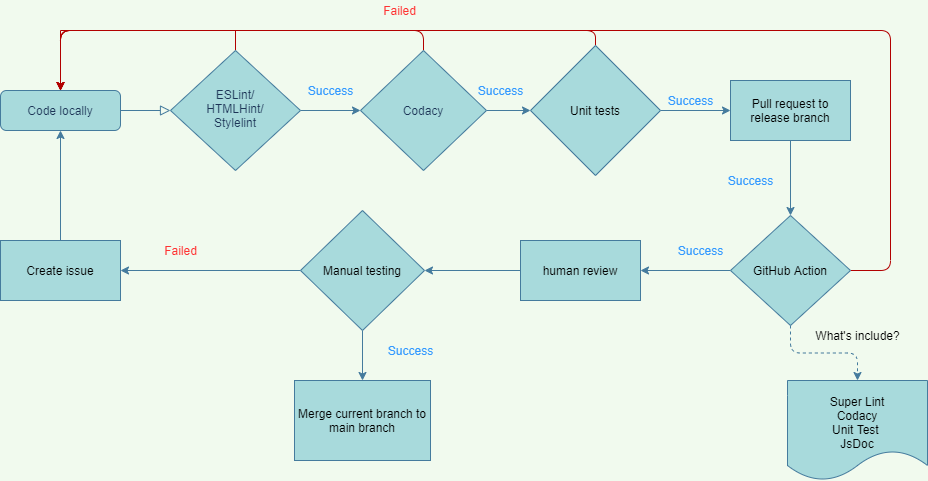
cse110-fa21-group7/cse110-fa21-group7 keeps this draw.io diagram as admin/cipipeline/pipeline_diagram.png. Above is the earlier version. Source tidied: cells renumbered, new cells last; positions are measured from the earlier drawing's top-left corner, leaving out a move shared by most shapes.
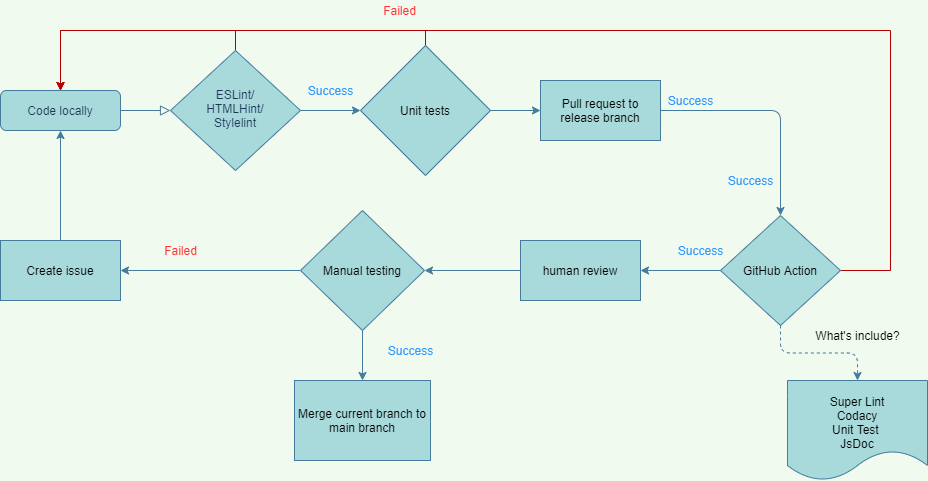
Later version of the same file.

What changed in the source:
```diff
@@ -16,8 +16,10 @@
         </Array>
       </mxGeometry>
     </mxCell>
-    <mxCell id="5" style="edgeStyle=orthogonalEdgeStyle;curved=0;rounded=1;sketch=0;jettySize=auto;html=1;fontColor=#1D3557;strokeColor=#457B9D;fillColor=#A8DADC;entryX=0;entryY=0.5;entryDx=0;entryDy=0;" parent="1" edge="1" source="6" target="10">
-      <mxGeometry relative="1" as="geometry" />
+    <mxCell id="5" style="edgeStyle=orthogonalEdgeStyle;curved=0;rounded=1;sketch=0;jettySize=auto;html=1;fontColor=#1D3557;strokeColor=#457B9D;fillColor=#A8DADC;entryX=0;entryY=0.5;entryDx=0;entryDy=0;" parent="1" edge="1" source="6">
+      <mxGeometry relative="1" as="geometry">
+        <mxPoint x="360" y="110" as="targetPoint" />
+      </mxGeometry>
     </mxCell>
     <mxCell id="6" value="ESLint/&lt;br&gt;HTMLHint/&lt;br&gt;Stylelint" style="rhombus;whiteSpace=wrap;html=1;shadow=0;fontFamily=Helvetica;fontSize=12;align=center;strokeWidth=1;spacing=6;spacingTop=-4;fillColor=#A8DADC;strokeColor=#457B9D;fontColor=#1D3557;" parent="1" vertex="1">
       <mxGeometry x="170" y="50" width="130" height="120" as="geometry" />
@@ -25,44 +27,30 @@
     <mxCell id="7" value="Failed" style="text;html=1;align=center;verticalAlign=middle;rounded=0;fontColor=#FF3333;" parent="1" vertex="1">
       <mxGeometry x="374" width="50" height="20" as="geometry" />
     </mxCell>
-    <mxCell id="8" style="edgeStyle=orthogonalEdgeStyle;curved=0;rounded=1;sketch=0;jettySize=auto;html=1;entryX=0.5;entryY=0;entryDx=0;entryDy=0;fontColor=#FF3333;strokeColor=#B20000;fillColor=#e51400;" parent="1" edge="1" source="10" target="3">
-      <mxGeometry relative="1" as="geometry">
-        <Array as="points">
-          <mxPoint x="423" y="30" />
-          <mxPoint x="60" y="30" />
-        </Array>
-      </mxGeometry>
-    </mxCell>
-    <mxCell id="9" style="edgeStyle=orthogonalEdgeStyle;curved=0;rounded=1;sketch=0;jettySize=auto;html=1;entryX=0;entryY=0.5;entryDx=0;entryDy=0;fontColor=#000000;strokeColor=#457B9D;fillColor=#A8DADC;" parent="1" edge="1" source="10" target="13">
-      <mxGeometry relative="1" as="geometry" />
-    </mxCell>
-    <mxCell id="10" value="Codacy" style="rhombus;whiteSpace=wrap;html=1;rounded=0;sketch=0;fontColor=#1D3557;strokeColor=#457B9D;fillColor=#A8DADC;" parent="1" vertex="1">
-      <mxGeometry x="360" y="50" width="126" height="120" as="geometry" />
-    </mxCell>
+    <mxCell id="12" style="edgeStyle=orthogonalEdgeStyle;curved=0;rounded=1;sketch=0;jettySize=auto;html=1;fontColor=#000000;strokeColor=#457B9D;fillColor=#A8DADC;" parent="1" edge="1" source="13" target="15">
+      <mxGeometry relative="1" as="geometry" />
+    </mxCell>
-    <mxCell id="11" style="edgeStyle=orthogonalEdgeStyle;curved=0;rounded=1;sketch=0;jettySize=auto;html=1;entryX=0.5;entryY=0;entryDx=0;entryDy=0;fontColor=#000000;strokeColor=#B20000;fillColor=#e51400;" parent="1" edge="1" source="13" target="3">
+    <mxCell id="11" style="edgeStyle=orthogonalEdgeStyle;rounded=0;jettySize=auto;html=1;exitX=0.5;exitY=0;exitDx=0;exitDy=0;entryX=0.5;entryY=0;entryDx=0;entryDy=0;fillColor=#e51400;strokeColor=#B20000;" parent="1" edge="1" source="13" target="3">
       <mxGeometry relative="1" as="geometry">
         <Array as="points">
-          <mxPoint x="595" y="30" />
+          <mxPoint x="425" y="30" />
           <mxPoint x="60" y="30" />
         </Array>
       </mxGeometry>
     </mxCell>
-    <mxCell id="12" style="edgeStyle=orthogonalEdgeStyle;curved=0;rounded=1;sketch=0;jettySize=auto;html=1;fontColor=#000000;strokeColor=#457B9D;fillColor=#A8DADC;" parent="1" edge="1" source="13" target="15">
-      <mxGeometry relative="1" as="geometry" />
-    </mxCell>
     <mxCell id="13" value="&lt;font color=&quot;#000000&quot;&gt;Unit tests&lt;/font&gt;" style="rhombus;whiteSpace=wrap;html=1;rounded=0;sketch=0;fontColor=#FF3333;strokeColor=#457B9D;fillColor=#A8DADC;" parent="1" vertex="1">
-      <mxGeometry x="530" y="45" width="130" height="130" as="geometry" />
+      <mxGeometry x="360" y="45" width="130" height="130" as="geometry" />
     </mxCell>
     <mxCell id="14" style="edgeStyle=orthogonalEdgeStyle;curved=0;rounded=1;sketch=0;jettySize=auto;html=1;fontColor=#000000;strokeColor=#457B9D;fillColor=#A8DADC;" parent="1" edge="1" source="15" target="20">
       <mxGeometry relative="1" as="geometry" />
     </mxCell>
     <mxCell id="15" value="&lt;font color=&quot;#000000&quot;&gt;Pull request to release branch&lt;/font&gt;" style="whiteSpace=wrap;html=1;rounded=0;fontColor=#FF3333;strokeColor=#457B9D;fillColor=#A8DADC;sketch=0;" parent="1" vertex="1">
-      <mxGeometry x="730" y="80" width="120" height="60" as="geometry" />
+      <mxGeometry x="540" y="80" width="120" height="60" as="geometry" />
     </mxCell>
     <mxCell id="16" style="edgeStyle=orthogonalEdgeStyle;curved=0;rounded=1;sketch=0;jettySize=auto;html=1;fontColor=#000000;strokeColor=#457B9D;fillColor=#A8DADC;" parent="1" edge="1" source="20" target="22">
       <mxGeometry relative="1" as="geometry" />
     </mxCell>
-    <mxCell id="17" style="edgeStyle=orthogonalEdgeStyle;curved=0;rounded=1;sketch=0;jettySize=auto;html=1;fontColor=#000000;strokeColor=#B20000;fillColor=#e51400;" parent="1" edge="1" source="20">
+    <mxCell id="17" style="edgeStyle=orthogonalEdgeStyle;rounded=0;sketch=0;jettySize=auto;html=1;fontColor=#000000;strokeColor=#B20000;fillColor=#e51400;" parent="1" edge="1" source="20">
       <mxGeometry relative="1" as="geometry">
         <mxPoint x="60" y="90" as="targetPoint" />
         <Array as="points">
@@ -81,7 +69,7 @@
       <mxGeometry relative="1" as="geometry" />
     </mxCell>
     <mxCell id="20" value="&lt;font color=&quot;#000000&quot;&gt;GitHub Action&lt;/font&gt;" style="rhombus;whiteSpace=wrap;html=1;rounded=0;fontColor=#FF3333;strokeColor=#457B9D;fillColor=#A8DADC;sketch=0;" parent="1" vertex="1">
-      <mxGeometry x="730" y="215" width="120" height="110" as="geometry" />
+      <mxGeometry x="720" y="215" width="120" height="110" as="geometry" />
     </mxCell>
     <mxCell id="21" style="edgeStyle=orthogonalEdgeStyle;curved=0;rounded=1;sketch=0;jettySize=auto;html=1;fontColor=#000000;strokeColor=#457B9D;fillColor=#A8DADC;" parent="1" edge="1" source="22" target="25">
       <mxGeometry relative="1" as="geometry" />
@@ -119,9 +107,6 @@
     <mxCell id="32" value="&lt;font color=&quot;#3399ff&quot;&gt;Success&lt;/font&gt;" style="text;html=1;align=center;verticalAlign=middle;fillColor=none;strokeColor=none;rounded=0;sketch=0;fontColor=#000000;" parent="1" vertex="1">
       <mxGeometry x="300" y="80" width="60" height="20" as="geometry" />
     </mxCell>
-    <mxCell id="33" value="&lt;font color=&quot;#3399ff&quot;&gt;Success&lt;/font&gt;" style="text;html=1;align=center;verticalAlign=middle;fillColor=none;strokeColor=none;rounded=0;sketch=0;fontColor=#000000;" parent="1" vertex="1">
-      <mxGeometry x="470" y="80" width="60" height="20" as="geometry" />
-    </mxCell>
     <mxCell id="34" value="&lt;font color=&quot;#3399ff&quot;&gt;Success&lt;/font&gt;" style="text;html=1;align=center;verticalAlign=middle;fillColor=none;strokeColor=none;rounded=0;sketch=0;fontColor=#000000;" parent="1" vertex="1">
       <mxGeometry x="660" y="90" width="60" height="20" as="geometry" />
     </mxCell>
```
